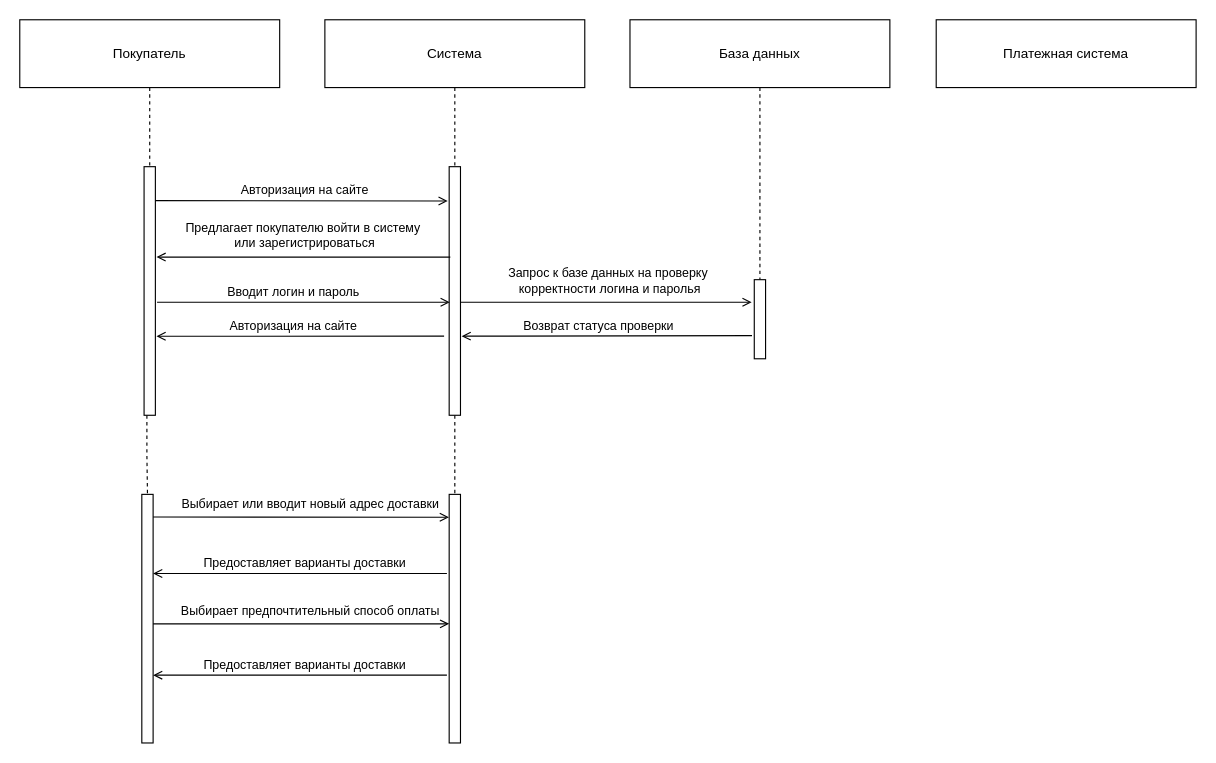
Above: Диаграмма без названия5.drawio in dubnart/netology (draw.io), before the change. Source tidied: cells renumbered, new cells numbered last; positions are measured from the earlier drawing's top-left corner, leaving out a move shared by most shapes. Both pictures are drawn from the tidied source at 113%, with x=0, y=0 at pixel (19, 19).
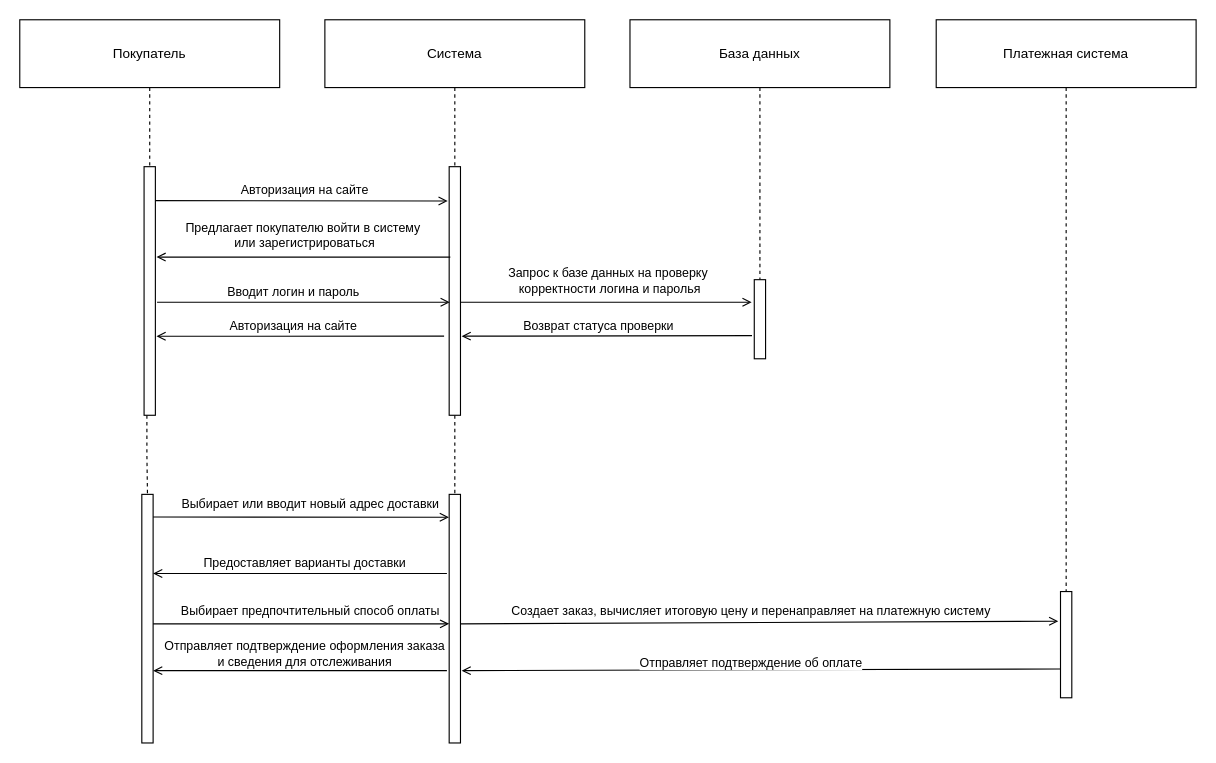
Above is the later version.

The change refers to these unchanged cells:
```xml
<mxCell id="35" value="Платежная система" style="rounded=0;whiteSpace=wrap;html=1;" parent="1" vertex="1">
  <mxGeometry x="811" width="230" height="60" as="geometry" />
</mxCell>
```

Diff of the diagram source:
```diff
@@
-    <mxCell id="33" value="Предоставляет варианты доставки" style="edgeLabel;html=1;align=center;verticalAlign=middle;" parent="1" vertex="1">
-      <mxGeometry x="251" y="570" as="geometry" />
-    </mxCell>
-    <mxCell id="34" style="endArrow=open;html=1;rounded=0;endFill=0;" parent="1" edge="1">
-      <mxGeometry relative="1" as="geometry">
-        <mxPoint x="378" y="580" as="sourcePoint" />
-        <mxPoint x="118" y="580" as="targetPoint" />
-      </mxGeometry>
-    </mxCell>
+    <mxCell id="36" style="edgeStyle=orthogonalEdgeStyle;rounded=0;jettySize=auto;html=1;exitX=0.5;exitY=1;exitDx=0;exitDy=0;entryX=0.5;entryY=0;entryDx=0;entryDy=0;endArrow=none;endFill=0;dashed=1;" parent="1" edge="1" source="35" target="39">
+      <mxGeometry relative="1" as="geometry" />
+    </mxCell>
@@
+    <mxCell id="37" style="endArrow=open;html=1;rounded=0;endFill=0;entryX=-0.2;entryY=0.279;entryDx=0;entryDy=0;entryPerimeter=0;" parent="1" edge="1" target="39">
+      <mxGeometry relative="1" as="geometry">
+        <mxPoint x="390" y="534.6" as="sourcePoint" />
+      </mxGeometry>
+    </mxCell>
+    <mxCell id="38" value="Создает заказ, вычисляет итоговую цену и перенаправляет на платежную систему" style="edgeLabel;html=1;align=center;verticalAlign=middle;" parent="1" vertex="1">
+      <mxGeometry x="660" y="524.6" as="geometry">
+        <mxPoint x="-14" y="-2" as="offset" />
+      </mxGeometry>
+    </mxCell>
+    <mxCell id="39" style="rounded=0;whiteSpace=wrap;html=1;" parent="1" vertex="1">
+      <mxGeometry x="921" y="506" width="10" height="94" as="geometry" />
+    </mxCell>
+    <mxCell id="40" style="endArrow=open;html=1;rounded=0;endFill=0;exitX=0;exitY=0.75;exitDx=0;exitDy=0;" parent="1" edge="1">
+      <mxGeometry relative="1" as="geometry">
+        <mxPoint x="921" y="574.5" as="sourcePoint" />
+        <mxPoint x="391" y="576" as="targetPoint" />
+      </mxGeometry>
+    </mxCell>
+    <mxCell id="41" value="Отправляет подтверждение об оплате" style="edgeLabel;html=1;align=center;verticalAlign=middle;" parent="1" vertex="1">
+      <mxGeometry x="660" y="570" as="geometry">
+        <mxPoint x="-14" y="-2" as="offset" />
+      </mxGeometry>
+    </mxCell>
+    <mxCell id="42" value="Отправляет подтверждение оформления заказа&lt;div&gt;и сведения для отслеживания&lt;/div&gt;" style="edgeLabel;html=1;align=center;verticalAlign=middle;" parent="1" vertex="1">
+      <mxGeometry x="251" y="560" as="geometry" />
+    </mxCell>
+    <mxCell id="43" style="endArrow=open;html=1;rounded=0;endFill=0;" parent="1" edge="1">
+      <mxGeometry relative="1" as="geometry">
+        <mxPoint x="378" y="576" as="sourcePoint" />
+        <mxPoint x="118" y="576" as="targetPoint" />
+      </mxGeometry>
+    </mxCell>
```
